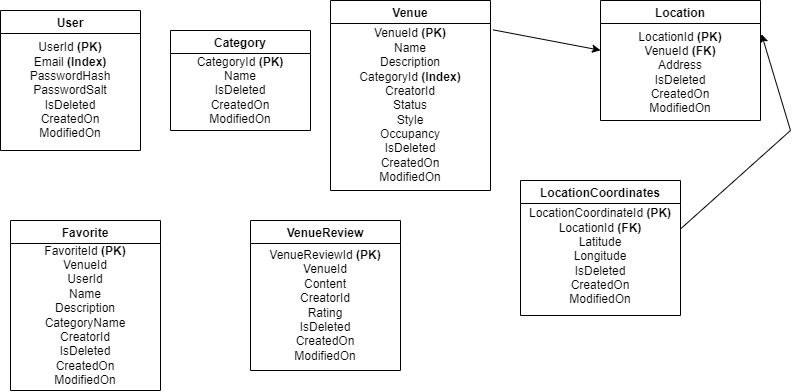
Above: entities_diagram.png in karolkadlubowski/HangoutsRecommendationApp (draw.io), before the change. Source tidied: cells renumbered, new cells last; positions are measured from the earlier drawing's top-left corner, leaving out a move shared by most shapes. Source of this version:
```xml
<mxGraphModel>
  <root>
    <mxCell id="0" />
    <mxCell id="1" parent="0" />
    <mxCell id="2" value="User" style="swimlane;" parent="1" vertex="1">
      <mxGeometry y="10" width="140" height="140" as="geometry" />
    </mxCell>
    <mxCell id="3" value="&lt;div style=&quot;&quot;&gt;&lt;span style=&quot;background-color: initial;&quot;&gt;UserId &lt;b&gt;(PK)&lt;/b&gt;&lt;/span&gt;&lt;/div&gt;&lt;div style=&quot;&quot;&gt;&lt;span style=&quot;background-color: initial;&quot;&gt;Email &lt;b&gt;(Index)&lt;/b&gt;&lt;/span&gt;&lt;/div&gt;&lt;div style=&quot;&quot;&gt;&lt;span style=&quot;background-color: initial;&quot;&gt;PasswordHash&lt;/span&gt;&lt;/div&gt;&lt;div style=&quot;&quot;&gt;&lt;span style=&quot;background-color: initial;&quot;&gt;PasswordSalt&lt;/span&gt;&lt;/div&gt;&lt;div style=&quot;&quot;&gt;&lt;span style=&quot;background-color: initial;&quot;&gt;IsDeleted&lt;/span&gt;&lt;/div&gt;&lt;div style=&quot;&quot;&gt;&lt;span style=&quot;background-color: initial;&quot;&gt;CreatedOn&lt;/span&gt;&lt;/div&gt;&lt;div style=&quot;&quot;&gt;&lt;span style=&quot;background-color: initial;&quot;&gt;ModifiedOn&lt;/span&gt;&lt;/div&gt;" style="text;strokeColor=none;fillColor=none;html=1;whiteSpace=wrap;verticalAlign=middle;overflow=hidden;align=center;" parent="2" vertex="1">
      <mxGeometry y="20" width="140" height="120" as="geometry" />
    </mxCell>
    <mxCell id="4" value="Venue" style="swimlane;" parent="1" vertex="1">
      <mxGeometry x="330" width="160" height="190" as="geometry" />
    </mxCell>
    <mxCell id="5" value="&lt;div style=&quot;&quot;&gt;&lt;span style=&quot;background-color: initial;&quot;&gt;VenueId &lt;b&gt;(PK)&lt;/b&gt;&lt;/span&gt;&lt;/div&gt;&lt;div style=&quot;&quot;&gt;&lt;span style=&quot;background-color: initial;&quot;&gt;Name&lt;/span&gt;&lt;/div&gt;&lt;div style=&quot;&quot;&gt;&lt;span style=&quot;background-color: initial;&quot;&gt;Description&lt;/span&gt;&lt;/div&gt;&lt;div style=&quot;&quot;&gt;&lt;span style=&quot;background-color: initial;&quot;&gt;CategoryId &lt;b&gt;(Index)&lt;/b&gt;&lt;/span&gt;&lt;/div&gt;&lt;div style=&quot;&quot;&gt;&lt;span style=&quot;background-color: initial;&quot;&gt;CreatorId&lt;/span&gt;&lt;/div&gt;&lt;div style=&quot;&quot;&gt;&lt;span style=&quot;background-color: initial;&quot;&gt;Status&lt;/span&gt;&lt;/div&gt;&lt;div style=&quot;&quot;&gt;&lt;span style=&quot;background-color: initial;&quot;&gt;Style&lt;/span&gt;&lt;/div&gt;&lt;div style=&quot;&quot;&gt;&lt;span style=&quot;background-color: initial;&quot;&gt;Occupancy&lt;/span&gt;&lt;/div&gt;&lt;div style=&quot;&quot;&gt;&lt;span style=&quot;background-color: initial;&quot;&gt;IsDeleted&lt;/span&gt;&lt;/div&gt;&lt;div style=&quot;&quot;&gt;&lt;span style=&quot;background-color: initial;&quot;&gt;CreatedOn&lt;/span&gt;&lt;/div&gt;&lt;div style=&quot;&quot;&gt;&lt;span style=&quot;background-color: initial;&quot;&gt;ModifiedOn&lt;/span&gt;&lt;/div&gt;" style="text;strokeColor=none;fillColor=none;html=1;whiteSpace=wrap;verticalAlign=middle;overflow=hidden;align=center;" parent="4" vertex="1">
      <mxGeometry y="20" width="160" height="170" as="geometry" />
    </mxCell>
    <mxCell id="6" value="Location" style="swimlane;" parent="1" vertex="1">
      <mxGeometry x="600" width="160" height="120" as="geometry" />
    </mxCell>
    <mxCell id="7" value="&lt;div style=&quot;&quot;&gt;&lt;span style=&quot;background-color: initial;&quot;&gt;&lt;br&gt;&lt;/span&gt;&lt;/div&gt;&lt;div style=&quot;&quot;&gt;&lt;span style=&quot;background-color: initial;&quot;&gt;LocationId &lt;b&gt;(PK)&lt;/b&gt;&lt;/span&gt;&lt;/div&gt;&lt;div style=&quot;&quot;&gt;&lt;span style=&quot;background-color: initial;&quot;&gt;VenueId &lt;b&gt;(FK)&lt;/b&gt;&lt;/span&gt;&lt;/div&gt;&lt;div style=&quot;&quot;&gt;Address&lt;/div&gt;&lt;div style=&quot;&quot;&gt;&lt;span style=&quot;background-color: initial;&quot;&gt;IsDeleted&lt;/span&gt;&lt;br&gt;&lt;/div&gt;&lt;div style=&quot;&quot;&gt;&lt;span style=&quot;background-color: initial;&quot;&gt;CreatedOn&lt;/span&gt;&lt;/div&gt;&lt;div style=&quot;&quot;&gt;&lt;span style=&quot;background-color: initial;&quot;&gt;ModifiedOn&lt;/span&gt;&lt;/div&gt;" style="text;strokeColor=none;fillColor=none;html=1;whiteSpace=wrap;verticalAlign=middle;overflow=hidden;align=center;" parent="6" vertex="1">
      <mxGeometry y="10" width="160" height="110" as="geometry" />
    </mxCell>
    <mxCell id="8" value="LocationCoordinates" style="swimlane;" parent="1" vertex="1">
      <mxGeometry x="520" y="180" width="160" height="135" as="geometry" />
    </mxCell>
    <mxCell id="9" value="&lt;div style=&quot;&quot;&gt;&lt;span style=&quot;background-color: initial;&quot;&gt;LocationCoordinateId &lt;b&gt;(PK)&lt;/b&gt;&lt;br&gt;&lt;/span&gt;&lt;/div&gt;&lt;div style=&quot;&quot;&gt;&lt;span style=&quot;background-color: initial;&quot;&gt;LocationId &lt;b&gt;(FK)&lt;/b&gt;&lt;/span&gt;&lt;/div&gt;&lt;div style=&quot;&quot;&gt;Latitude&lt;/div&gt;&lt;div style=&quot;&quot;&gt;Longitude&lt;/div&gt;&lt;div style=&quot;&quot;&gt;&lt;span style=&quot;background-color: initial;&quot;&gt;IsDeleted&lt;/span&gt;&lt;br&gt;&lt;/div&gt;&lt;div style=&quot;&quot;&gt;&lt;span style=&quot;background-color: initial;&quot;&gt;CreatedOn&lt;/span&gt;&lt;/div&gt;&lt;div style=&quot;&quot;&gt;&lt;span style=&quot;background-color: initial;&quot;&gt;ModifiedOn&lt;/span&gt;&lt;/div&gt;" style="text;strokeColor=none;fillColor=none;html=1;whiteSpace=wrap;verticalAlign=middle;overflow=hidden;align=center;" parent="8" vertex="1">
      <mxGeometry y="21" width="160" height="110" as="geometry" />
    </mxCell>
    <mxCell id="10" style="endArrow=classic;html=1;rounded=0;exitX=1.016;exitY=0.055;exitDx=0;exitDy=0;exitPerimeter=0;" parent="1" edge="1" source="5" target="7">
      <mxGeometry relative="1" as="geometry" />
    </mxCell>
    <mxCell id="11" style="endArrow=classic;html=1;rounded=0;exitX=1;exitY=0.25;exitDx=0;exitDy=0;entryX=1.006;entryY=0.214;entryDx=0;entryDy=0;entryPerimeter=0;" parent="1" edge="1" source="9" target="7">
      <mxGeometry relative="1" as="geometry">
        <Array as="points">
          <mxPoint x="790" y="130" />
        </Array>
      </mxGeometry>
    </mxCell>
    <mxCell id="12" value="Category" style="swimlane;" parent="1" vertex="1">
      <mxGeometry x="170" y="30" width="140" height="100" as="geometry" />
    </mxCell>
    <mxCell id="13" value="&lt;div style=&quot;&quot;&gt;&lt;span style=&quot;background-color: initial;&quot;&gt;CategoryId &lt;b&gt;(PK)&lt;/b&gt;&lt;/span&gt;&lt;/div&gt;&lt;div style=&quot;&quot;&gt;&lt;span style=&quot;background-color: initial;&quot;&gt;Name&lt;/span&gt;&lt;/div&gt;&lt;div style=&quot;&quot;&gt;&lt;span style=&quot;background-color: initial;&quot;&gt;IsDeleted&lt;/span&gt;&lt;/div&gt;&lt;div style=&quot;&quot;&gt;&lt;span style=&quot;background-color: initial;&quot;&gt;CreatedOn&lt;/span&gt;&lt;br&gt;&lt;/div&gt;&lt;div style=&quot;&quot;&gt;&lt;span style=&quot;background-color: initial;&quot;&gt;ModifiedOn&lt;/span&gt;&lt;/div&gt;" style="text;strokeColor=none;fillColor=none;html=1;whiteSpace=wrap;verticalAlign=middle;overflow=hidden;align=center;" parent="12" vertex="1">
      <mxGeometry y="20" width="140" height="80" as="geometry" />
    </mxCell>
    <mxCell id="14" value="Favorite" style="swimlane;" parent="1" vertex="1">
      <mxGeometry x="10" y="220" width="150" height="170" as="geometry" />
    </mxCell>
    <mxCell id="15" value="&lt;div style=&quot;&quot;&gt;FavoriteId &lt;b&gt;(PK)&lt;/b&gt;&lt;/div&gt;&lt;div style=&quot;&quot;&gt;VenueId&lt;/div&gt;&lt;div style=&quot;&quot;&gt;UserId&lt;/div&gt;&lt;div style=&quot;&quot;&gt;Name&lt;/div&gt;&lt;div style=&quot;&quot;&gt;Description&lt;/div&gt;&lt;div style=&quot;&quot;&gt;CategoryName&lt;/div&gt;&lt;div style=&quot;&quot;&gt;CreatorId&lt;/div&gt;&lt;div style=&quot;&quot;&gt;IsDeleted&lt;br&gt;&lt;/div&gt;&lt;div style=&quot;&quot;&gt;&lt;span style=&quot;background-color: initial;&quot;&gt;CreatedOn&lt;/span&gt;&lt;br&gt;&lt;/div&gt;&lt;div style=&quot;&quot;&gt;&lt;span style=&quot;background-color: initial;&quot;&gt;ModifiedOn&lt;/span&gt;&lt;/div&gt;" style="text;strokeColor=none;fillColor=none;html=1;whiteSpace=wrap;verticalAlign=middle;overflow=hidden;align=center;" parent="14" vertex="1">
      <mxGeometry y="20" width="150" height="150" as="geometry" />
    </mxCell>
    <mxCell id="16" value="VenueReview" style="swimlane;" parent="1" vertex="1">
      <mxGeometry x="250" y="220" width="150" height="150" as="geometry" />
    </mxCell>
    <mxCell id="17" value="&lt;div style=&quot;&quot;&gt;VenueReviewId &lt;b&gt;(PK)&lt;/b&gt;&lt;/div&gt;&lt;div style=&quot;&quot;&gt;VenueId&lt;/div&gt;&lt;div style=&quot;&quot;&gt;Content&lt;/div&gt;&lt;div style=&quot;&quot;&gt;CreatorId&lt;/div&gt;&lt;div style=&quot;&quot;&gt;Rating&lt;/div&gt;&lt;div style=&quot;&quot;&gt;IsDeleted&lt;br&gt;&lt;/div&gt;&lt;div style=&quot;&quot;&gt;&lt;span style=&quot;background-color: initial;&quot;&gt;CreatedOn&lt;/span&gt;&lt;br&gt;&lt;/div&gt;&lt;div style=&quot;&quot;&gt;&lt;span style=&quot;background-color: initial;&quot;&gt;ModifiedOn&lt;/span&gt;&lt;/div&gt;" style="text;strokeColor=none;fillColor=none;html=1;whiteSpace=wrap;verticalAlign=middle;overflow=hidden;align=center;" parent="16" vertex="1">
      <mxGeometry y="20" width="150" height="130" as="geometry" />
    </mxCell>
  </root>
</mxGraphModel>
```
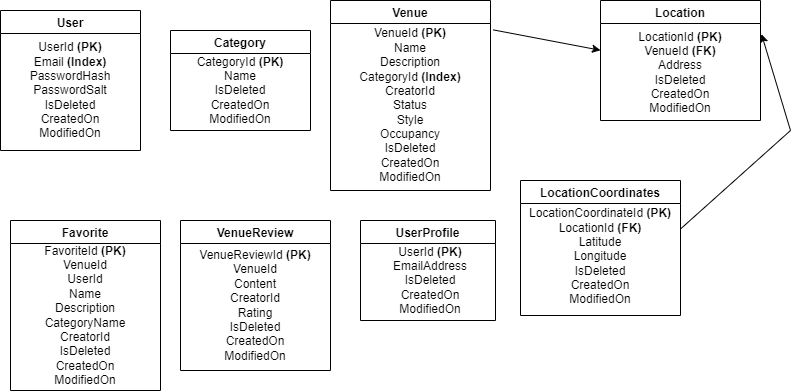
Later version of the same file.

What changed in the source:
```diff
@@ -49,10 +49,16 @@
       <mxGeometry y="20" width="150" height="150" as="geometry" />
     </mxCell>
     <mxCell id="16" value="VenueReview" style="swimlane;" parent="1" vertex="1">
-      <mxGeometry x="250" y="220" width="150" height="150" as="geometry" />
+      <mxGeometry x="180" y="220" width="150" height="150" as="geometry" />
     </mxCell>
     <mxCell id="17" value="&lt;div style=&quot;&quot;&gt;VenueReviewId &lt;b&gt;(PK)&lt;/b&gt;&lt;/div&gt;&lt;div style=&quot;&quot;&gt;VenueId&lt;/div&gt;&lt;div style=&quot;&quot;&gt;Content&lt;/div&gt;&lt;div style=&quot;&quot;&gt;CreatorId&lt;/div&gt;&lt;div style=&quot;&quot;&gt;Rating&lt;/div&gt;&lt;div style=&quot;&quot;&gt;IsDeleted&lt;br&gt;&lt;/div&gt;&lt;div style=&quot;&quot;&gt;&lt;span style=&quot;background-color: initial;&quot;&gt;CreatedOn&lt;/span&gt;&lt;br&gt;&lt;/div&gt;&lt;div style=&quot;&quot;&gt;&lt;span style=&quot;background-color: initial;&quot;&gt;ModifiedOn&lt;/span&gt;&lt;/div&gt;" style="text;strokeColor=none;fillColor=none;html=1;whiteSpace=wrap;verticalAlign=middle;overflow=hidden;align=center;" parent="16" vertex="1">
       <mxGeometry y="20" width="150" height="130" as="geometry" />
     </mxCell>
+    <mxCell id="18" value="UserProfile" style="swimlane;" parent="1" vertex="1">
+      <mxGeometry x="360" y="220" width="135" height="100" as="geometry" />
+    </mxCell>
+    <mxCell id="19" value="&lt;div style=&quot;&quot;&gt;&lt;span style=&quot;background-color: initial;&quot;&gt;UserId &lt;b&gt;(PK)&lt;/b&gt;&lt;/span&gt;&lt;/div&gt;&lt;div style=&quot;&quot;&gt;EmailAddress&lt;/div&gt;&lt;div style=&quot;&quot;&gt;&lt;span style=&quot;background-color: initial;&quot;&gt;IsDeleted&lt;/span&gt;&lt;/div&gt;&lt;div style=&quot;&quot;&gt;&lt;span style=&quot;background-color: initial;&quot;&gt;CreatedOn&lt;/span&gt;&lt;/div&gt;&lt;div style=&quot;&quot;&gt;&lt;span style=&quot;background-color: initial;&quot;&gt;ModifiedOn&lt;/span&gt;&lt;/div&gt;" style="text;strokeColor=none;fillColor=none;html=1;whiteSpace=wrap;verticalAlign=middle;overflow=hidden;align=center;" parent="18" vertex="1">
+      <mxGeometry y="20" width="140" height="80" as="geometry" />
+    </mxCell>
   </root>
 </mxGraphModel>
```
